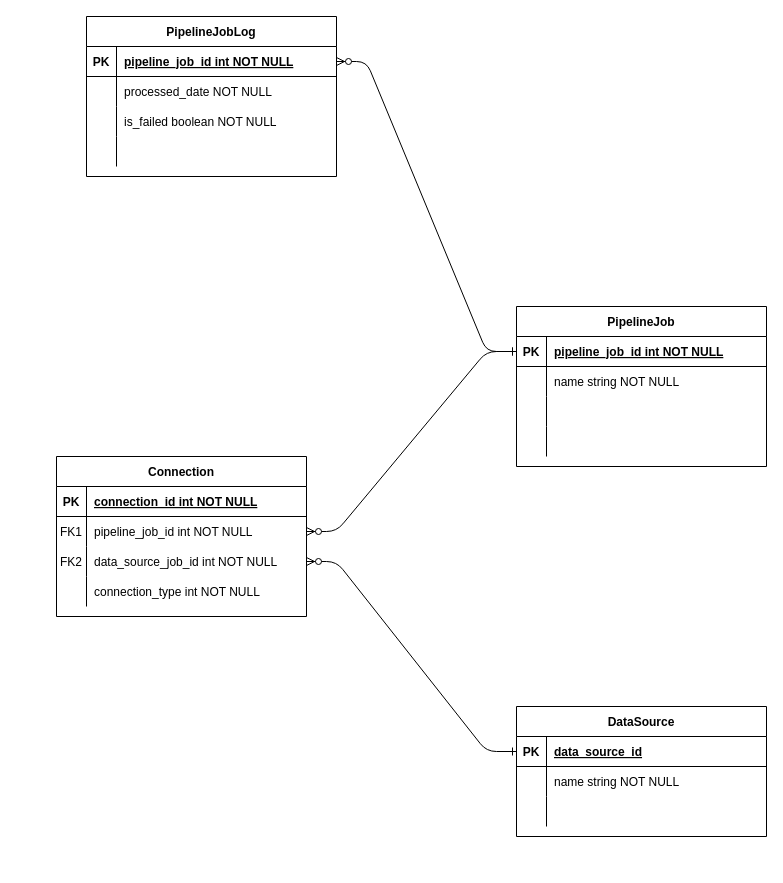
This is docs/monitoring-pipeline-db.drawio from ryblovAV/PipelineMonitoring, a draw.io file, before an edit. Source tidied: cells renumbered, new cells numbered last; positions are measured from the earlier drawing's top-left corner, leaving out a move shared by most shapes. Both pictures are drawn from the tidied source at 100%, with x=0, y=0 at pixel (56, 16).
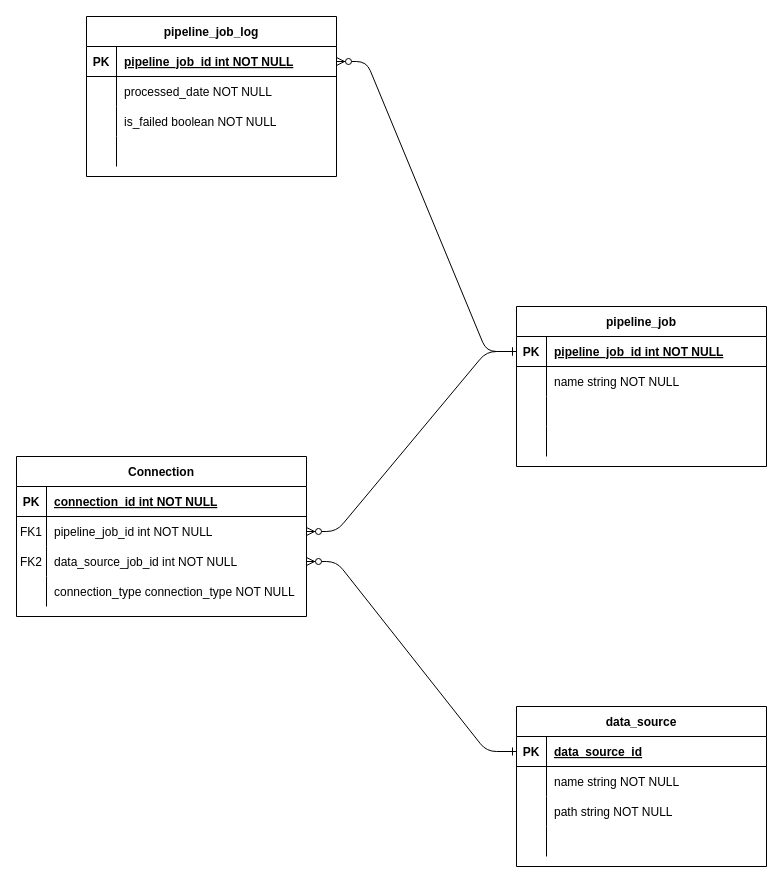
The same page after the edit.

Diff of the diagram source:
```diff
@@
-    <mxCell id="3" value="PipelineJob" style="shape=table;startSize=30;childLayout=tableLayout;rowLines=0;fontStyle=1;align=center;" parent="1" vertex="1">
+    <mxCell id="3" value="pipeline_job" style="shape=table;startSize=30;childLayout=tableLayout;rowLines=0;fontStyle=1;align=center;" parent="1" vertex="1">
       <mxGeometry x="460" y="290" width="250" height="160" as="geometry" />
     </mxCell>
@@
     <mxCell id="16" value="Connection" style="shape=table;startSize=30;childLayout=tableLayout;rowLines=0;fontStyle=1;align=center;" parent="1" vertex="1">
-      <mxGeometry y="440" width="250" height="160" as="geometry" />
+      <mxGeometry x="-40" y="440" width="290" height="160" as="geometry" />
     </mxCell>
     <mxCell id="17" style="shape=partialRectangle;fillColor=none;top=0;left=0;right=0;bottom=1;" parent="16" vertex="1">
-      <mxGeometry y="30" width="250" height="30" as="geometry" />
+      <mxGeometry y="30" width="290" height="30" as="geometry" />
     </mxCell>
@@
     <mxCell id="19" value="connection_id int NOT NULL " style="shape=partialRectangle;overflow=hidden;fillColor=none;top=0;left=0;bottom=0;right=0;align=left;spacingLeft=6;fontStyle=5;" parent="17" vertex="1">
-      <mxGeometry x="30" width="220" height="30" as="geometry" />
+      <mxGeometry x="30" width="260" height="30" as="geometry" />
     </mxCell>
     <mxCell id="20" style="shape=partialRectangle;fillColor=none;points=[[0,0.5],[1,0.5]];portConstraint=eastwest;top=0;left=0;right=0;bottom=0;" parent="16" vertex="1">
-      <mxGeometry y="60" width="250" height="30" as="geometry" />
+      <mxGeometry y="60" width="290" height="30" as="geometry" />
     </mxCell>
@@
     <mxCell id="22" value="pipeline_job_id int NOT NULL" style="shape=partialRectangle;overflow=hidden;fillColor=none;top=0;left=0;bottom=0;right=0;align=left;spacingLeft=6;" parent="20" vertex="1">
-      <mxGeometry x="30" width="220" height="30" as="geometry" />
+      <mxGeometry x="30" width="260" height="30" as="geometry" />
     </mxCell>
     <mxCell id="23" style="shape=partialRectangle;fillColor=none;points=[[0,0.5],[1,0.5]];portConstraint=eastwest;top=0;left=0;right=0;bottom=0;" parent="16" vertex="1">
-      <mxGeometry y="90" width="250" height="30" as="geometry" />
+      <mxGeometry y="90" width="290" height="30" as="geometry" />
     </mxCell>
@@
     <mxCell id="25" value="data_source_job_id int NOT NULL" style="shape=partialRectangle;overflow=hidden;fillColor=none;top=0;left=0;bottom=0;right=0;align=left;spacingLeft=6;" parent="23" vertex="1">
-      <mxGeometry x="30" width="220" height="30" as="geometry" />
+      <mxGeometry x="30" width="260" height="30" as="geometry" />
     </mxCell>
     <mxCell id="26" style="shape=partialRectangle;fillColor=none;top=0;left=0;right=0;bottom=0;" parent="16" vertex="1">
-      <mxGeometry y="120" width="250" height="30" as="geometry" />
+      <mxGeometry y="120" width="290" height="30" as="geometry" />
     </mxCell>
@@
-    <mxCell id="28" value="connection_type int NOT NULL" style="shape=partialRectangle;overflow=hidden;fillColor=none;top=0;left=0;bottom=0;right=0;align=left;spacingLeft=6;" parent="26" vertex="1">
-      <mxGeometry x="30" width="220" height="30" as="geometry" />
+    <mxCell id="28" value="connection_type connection_type NOT NULL" style="shape=partialRectangle;overflow=hidden;fillColor=none;top=0;left=0;bottom=0;right=0;align=left;spacingLeft=6;" parent="26" vertex="1">
+      <mxGeometry x="30" width="260" height="30" as="geometry" />
     </mxCell>
-    <mxCell id="29" value="DataSource" style="shape=table;startSize=30;childLayout=tableLayout;rowLines=0;fontStyle=1;align=center;" parent="1" vertex="1">
-      <mxGeometry x="460" y="690" width="250" height="130" as="geometry" />
+    <mxCell id="29" value="data_source" style="shape=table;startSize=30;childLayout=tableLayout;rowLines=0;fontStyle=1;align=center;" parent="1" vertex="1">
+      <mxGeometry x="460" y="690" width="250" height="160" as="geometry" />
     </mxCell>
@@
+    <mxCell id="54" style="shape=partialRectangle;fillColor=none;top=0;left=0;right=0;bottom=0;" parent="29" vertex="1">
+      <mxGeometry y="90" width="250" height="30" as="geometry" />
+    </mxCell>
+    <mxCell id="55" style="shape=partialRectangle;overflow=hidden;fillColor=none;top=0;left=0;bottom=0;right=0;" parent="54" vertex="1">
+      <mxGeometry width="30" height="30" as="geometry" />
+    </mxCell>
+    <mxCell id="56" value="path string NOT NULL" style="shape=partialRectangle;overflow=hidden;fillColor=none;top=0;left=0;bottom=0;right=0;align=left;spacingLeft=6;" parent="54" vertex="1">
+      <mxGeometry x="30" width="220" height="30" as="geometry" />
+    </mxCell>
     <mxCell id="36" style="shape=partialRectangle;fillColor=none;top=0;left=0;right=0;bottom=0;" parent="29" vertex="1">
-      <mxGeometry y="90" width="250" height="30" as="geometry" />
+      <mxGeometry y="120" width="250" height="30" as="geometry" />
     </mxCell>
@@
-    <mxCell id="40" value="PipelineJobLog" style="shape=table;startSize=30;childLayout=tableLayout;rowLines=0;fontStyle=1;align=center;" parent="1" vertex="1">
+    <mxCell id="40" value="pipeline_job_log" style="shape=table;startSize=30;childLayout=tableLayout;rowLines=0;fontStyle=1;align=center;" parent="1" vertex="1">
       <mxGeometry x="30" width="250" height="160" as="geometry" />
     </mxCell>
```
